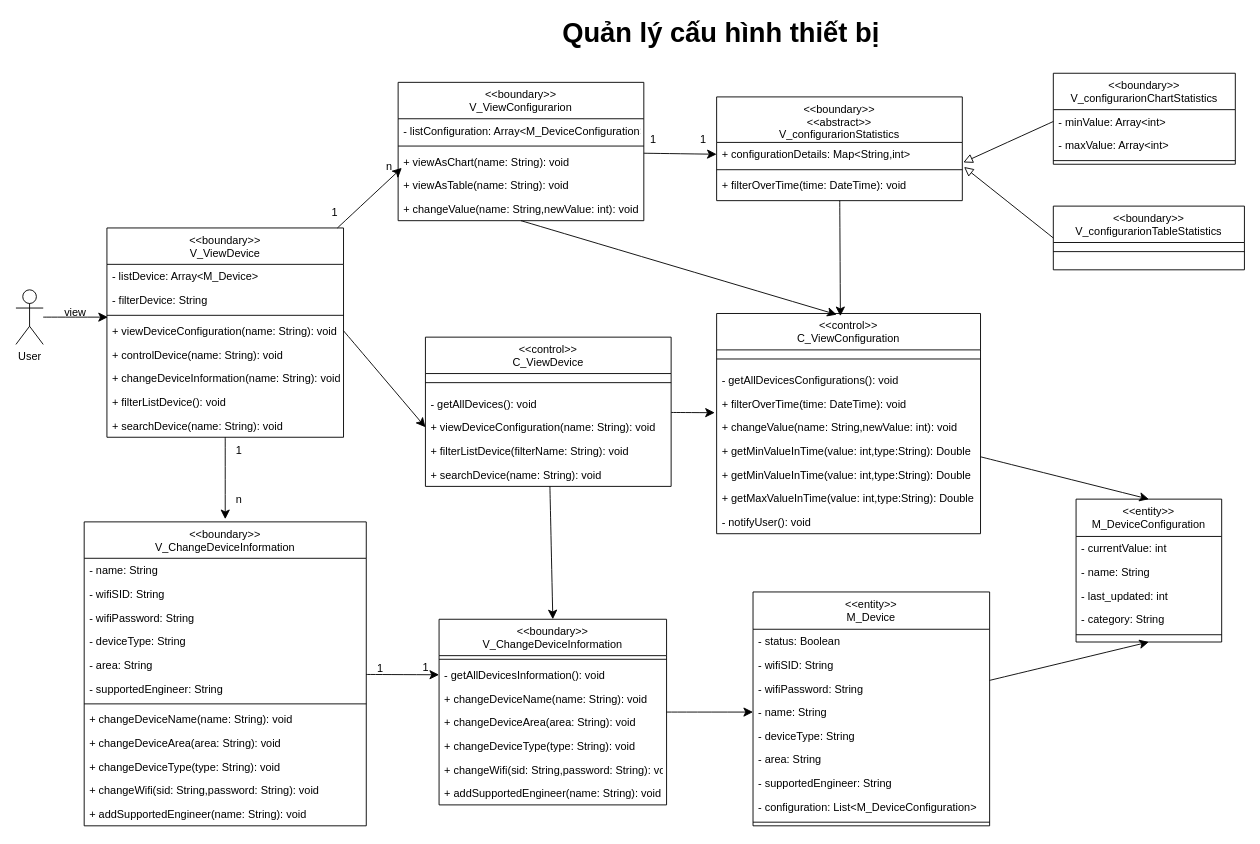
The draw.io diagram Class diagram/device_configuration_management_class.drawio in cuongceg/BTL-IT3120, before the edit. Source tidied: cells renumbered, new cells numbered last; positions are measured from the earlier drawing's top-left corner, leaving out a move shared by most shapes. Both pictures are drawn from the tidied source at 91%, with x=0, y=0 at pixel (15, 18).
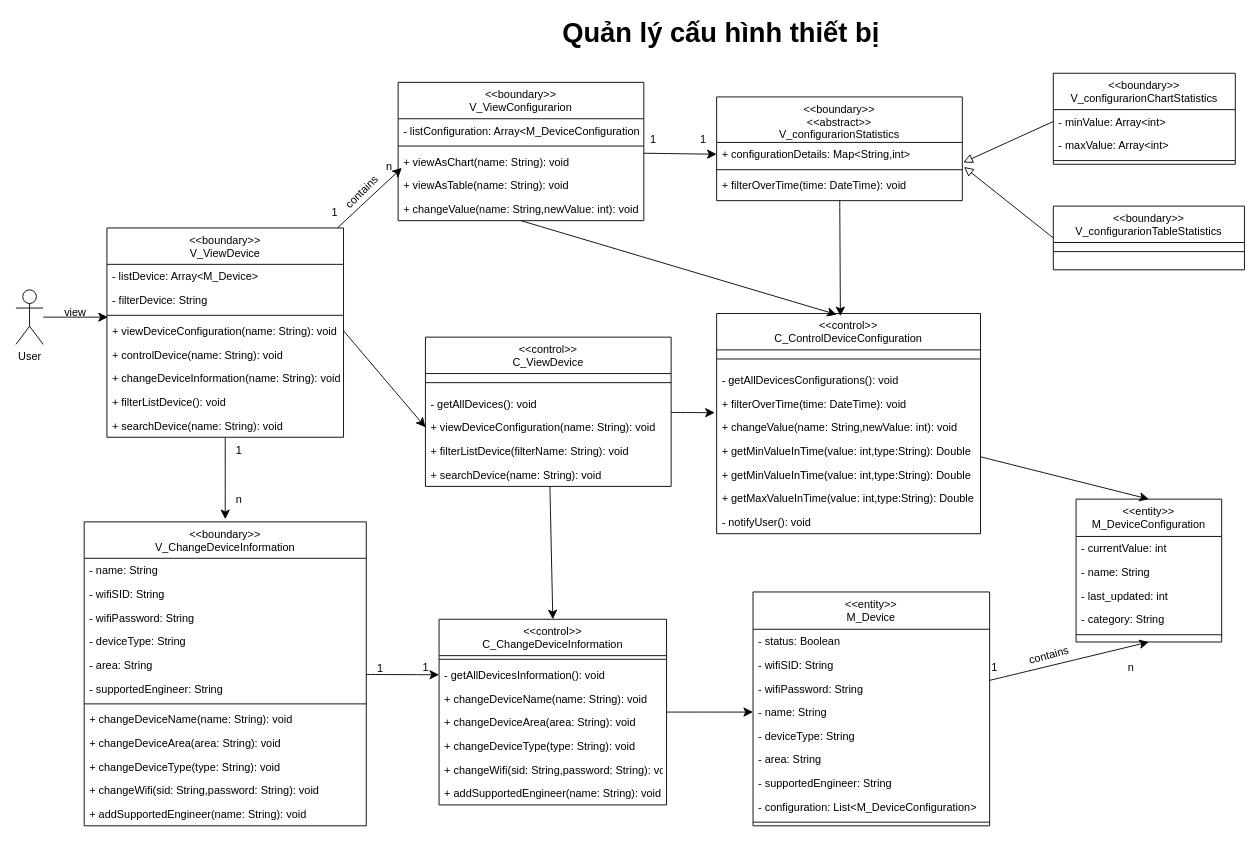
Above is the later version.

Commit message:
fix: fix name of classes

Change to the diagram source:
```diff
@@
-    <mxCell id="58" value="&lt;&lt;control&gt;&gt;&#10;C_ViewConfiguration&#10;&#10;" style="swimlane;fontStyle=0;align=center;verticalAlign=top;horizontal=1;startSize=40;rounded=0;shadow=0;strokeWidth=1;" parent="1" vertex="1">
+    <mxCell id="58" value="&lt;&lt;control&gt;&gt;&#10;C_ControlDeviceConfiguration&#10;&#10;" style="swimlane;fontStyle=0;align=center;verticalAlign=top;horizontal=1;startSize=40;rounded=0;shadow=0;strokeWidth=1;" parent="1" vertex="1">
       <mxGeometry x="770" y="324" width="290" height="242" as="geometry" />
     </mxCell>
@@
-    <mxCell id="85" value="&lt;&lt;boundary&gt;&gt;&#10;V_ChangeDeviceInformation&#10;&#10;" style="swimlane;fontStyle=0;align=center;verticalAlign=top;horizontal=1;startSize=40;rounded=0;shadow=0;strokeWidth=1;" parent="1" vertex="1">
+    <mxCell id="85" value="&lt;&lt;control&gt;&gt;&#10;C_ChangeDeviceInformation&#10;&#10;" style="swimlane;fontStyle=0;align=center;verticalAlign=top;horizontal=1;startSize=40;rounded=0;shadow=0;strokeWidth=1;" parent="1" vertex="1">
       <mxGeometry x="465" y="660" width="250" height="204" as="geometry" />
     </mxCell>
@@
+    <mxCell id="105" value="contains" style="text;html=1;align=center;verticalAlign=middle;strokeColor=none;fillColor=none;rotation=-45;" parent="1" vertex="1">
+      <mxGeometry x="345" y="176" width="70" height="30" as="geometry" />
+    </mxCell>
+    <mxCell id="106" value="contains" style="text;html=1;align=center;verticalAlign=middle;strokeColor=none;fillColor=none;rotation=-15;" parent="1" vertex="1">
+      <mxGeometry x="1100" y="685" width="70" height="30" as="geometry" />
+    </mxCell>
+    <mxCell id="107" value="1" style="text;html=1;align=center;verticalAlign=middle;strokeColor=none;fillColor=none;" parent="1" vertex="1">
+      <mxGeometry x="1060" y="698" width="30" height="30" as="geometry" />
+    </mxCell>
+    <mxCell id="108" value="n" style="text;html=1;align=center;verticalAlign=middle;strokeColor=none;fillColor=none;" parent="1" vertex="1">
+      <mxGeometry x="1210" y="698" width="30" height="30" as="geometry" />
+    </mxCell>
```
